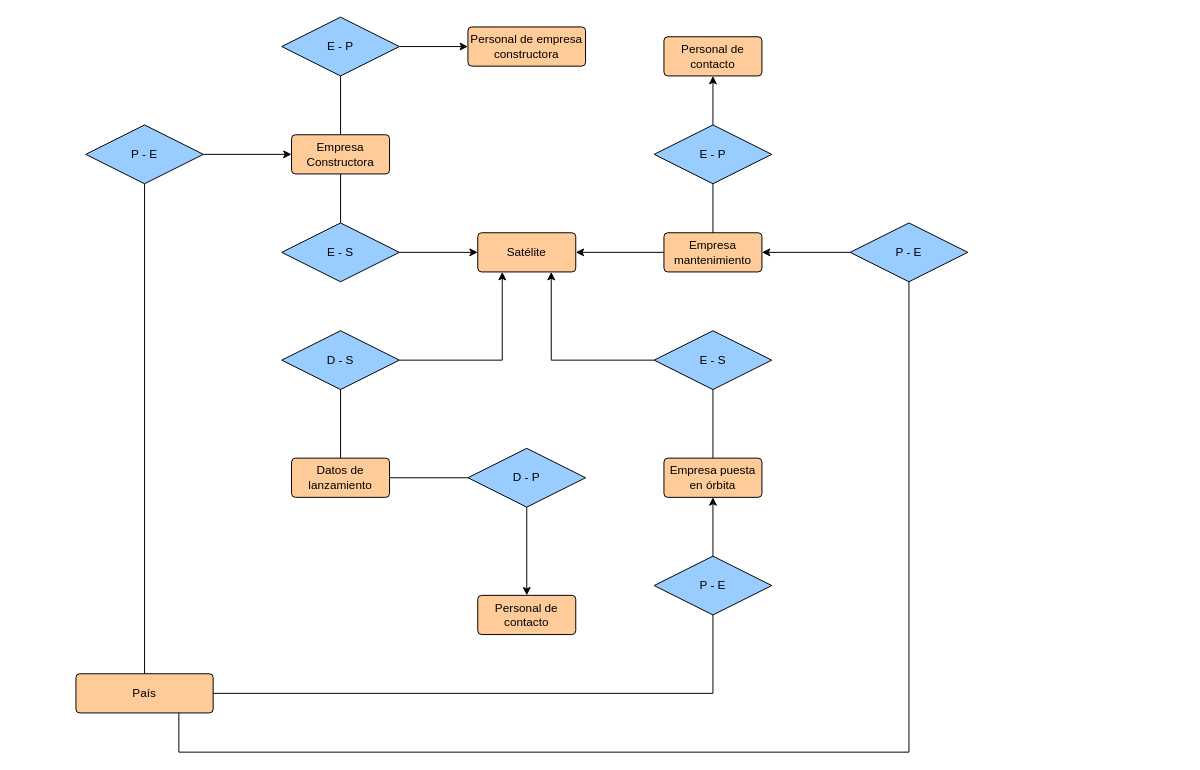
Before: Untitled Diagram.drawio in smwko/PruebaGit, a draw.io diagram. Source tidied: cells renumbered, new cells numbered last; positions are measured from the earlier drawing's top-left corner, leaving out a move shared by most shapes. Both pictures are drawn from the tidied source at 98%, with x=0, y=0 at pixel (75, 17).
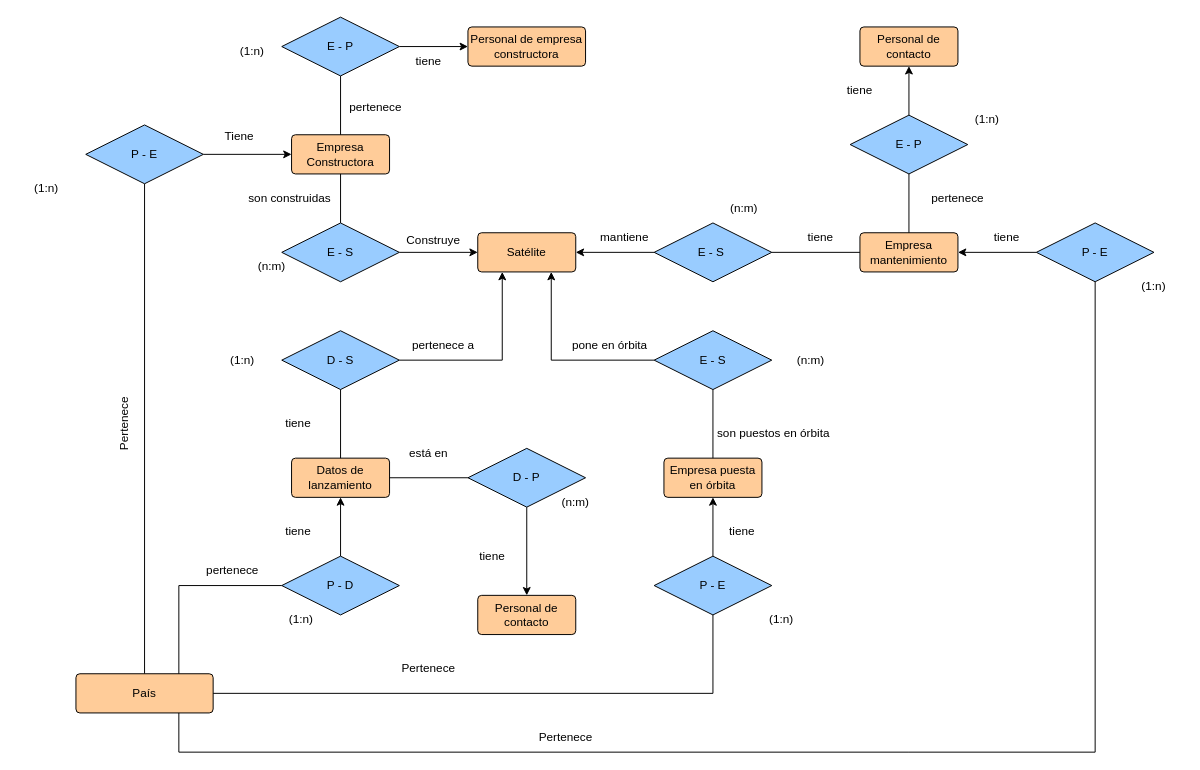
The same page after the edit.

Unchanged cells that the change refers to:
```xml
<mxCell id="3" value="Satélite" style="rounded=1;arcSize=10;whiteSpace=wrap;html=1;align=center;fillColor=#FFCC99;" parent="1" vertex="1">
  <mxGeometry x="410" y="220" width="100" height="40" as="geometry" />
</mxCell>
<mxCell id="5" value="Datos de lanzamiento" style="rounded=1;arcSize=10;whiteSpace=wrap;html=1;align=center;fillColor=#FFCC99;" parent="1" vertex="1">
  <mxGeometry x="220" y="450" width="100" height="40" as="geometry" />
</mxCell>
<mxCell id="32" value="País" style="rounded=1;arcSize=10;whiteSpace=wrap;html=1;align=center;fillColor=#FFCC99;" parent="1" vertex="1">
  <mxGeometry y="670" width="140" height="40" as="geometry" />
</mxCell>
```

The edit, as a diff of the source:
```diff
@@
-    <mxCell id="8" style="edgeStyle=orthogonalEdgeStyle;rounded=0;jettySize=auto;html=1;exitX=0;exitY=0.5;exitDx=0;exitDy=0;" parent="1" edge="1" source="9" target="3">
-      <mxGeometry relative="1" as="geometry" />
-    </mxCell>
     <mxCell id="9" value="Empresa mantenimiento" style="rounded=1;arcSize=10;whiteSpace=wrap;html=1;align=center;fillColor=#FFCC99;" parent="1" vertex="1">
-      <mxGeometry x="600" y="220" width="100" height="40" as="geometry" />
+      <mxGeometry x="800" y="220" width="100" height="40" as="geometry" />
     </mxCell>
     <mxCell id="10" value="Personal de contacto" style="rounded=1;arcSize=10;whiteSpace=wrap;html=1;align=center;fillColor=#FFCC99;" parent="1" vertex="1">
-      <mxGeometry x="600" y="20" width="100" height="40" as="geometry" />
+      <mxGeometry x="800" y="10" width="100" height="40" as="geometry" />
     </mxCell>
@@
     <mxCell id="27" value="E - P" style="shape=rhombus;perimeter=rhombusPerimeter;whiteSpace=wrap;html=1;align=center;fillColor=#99CCFF;" parent="1" vertex="1">
-      <mxGeometry x="590" y="110" width="120" height="60" as="geometry" />
+      <mxGeometry x="790" y="100" width="120" height="60" as="geometry" />
     </mxCell>
@@
     <mxCell id="34" value="P - E" style="shape=rhombus;perimeter=rhombusPerimeter;whiteSpace=wrap;html=1;align=center;fillColor=#99CCFF;" parent="1" vertex="1">
-      <mxGeometry x="790" y="210" width="120" height="60" as="geometry" />
+      <mxGeometry x="980" y="210" width="120" height="60" as="geometry" />
     </mxCell>
     <mxCell id="35" style="endArrow=none;html=1;rounded=0;exitX=0.5;exitY=1;exitDx=0;exitDy=0;entryX=0.75;entryY=1;entryDx=0;entryDy=0;" parent="1" edge="1" source="34" target="32">
       <mxGeometry relative="1" as="geometry">
         <Array as="points">
+          <mxPoint x="1040" y="750" />
           <mxPoint x="850" y="750" />
           <mxPoint x="105" y="750" />
         </Array>
       </mxGeometry>
     </mxCell>
@@
+    <mxCell id="39" value="Tiene" style="text;html=1;strokeColor=none;fillColor=none;align=center;verticalAlign=middle;whiteSpace=wrap;rounded=0;" parent="1" vertex="1">
+      <mxGeometry x="137" y="107" width="60" height="30" as="geometry" />
+    </mxCell>
+    <mxCell id="40" value="Pertenece" style="text;html=1;strokeColor=none;fillColor=none;align=center;verticalAlign=middle;whiteSpace=wrap;rounded=0;rotation=-90;" parent="1" vertex="1">
+      <mxGeometry x="20" y="400" width="60" height="30" as="geometry" />
+    </mxCell>
+    <mxCell id="41" value="Pertenece" style="text;html=1;strokeColor=none;fillColor=none;align=center;verticalAlign=middle;whiteSpace=wrap;rounded=0;" parent="1" vertex="1">
+      <mxGeometry x="330" y="650" width="60" height="30" as="geometry" />
+    </mxCell>
+    <mxCell id="42" value="Pertenece" style="text;html=1;strokeColor=none;fillColor=none;align=center;verticalAlign=middle;whiteSpace=wrap;rounded=0;" parent="1" vertex="1">
+      <mxGeometry x="470" y="720" width="60" height="30" as="geometry" />
+    </mxCell>
+    <mxCell id="43" value="(1:n)" style="text;html=1;strokeColor=none;fillColor=none;align=center;verticalAlign=middle;whiteSpace=wrap;rounded=0;" parent="1" vertex="1">
+      <mxGeometry x="-60" y="160" width="60" height="30" as="geometry" />
+    </mxCell>
+    <mxCell id="44" value="(1:n)" style="text;html=1;strokeColor=none;fillColor=none;align=center;verticalAlign=middle;whiteSpace=wrap;rounded=0;" parent="1" vertex="1">
+      <mxGeometry x="690" y="600" width="60" height="30" as="geometry" />
+    </mxCell>
+    <mxCell id="45" value="(1:n)" style="text;html=1;strokeColor=none;fillColor=none;align=center;verticalAlign=middle;whiteSpace=wrap;rounded=0;" parent="1" vertex="1">
+      <mxGeometry x="1070" y="260" width="60" height="30" as="geometry" />
+    </mxCell>
+    <mxCell id="46" value="(n:m)" style="text;html=1;strokeColor=none;fillColor=none;align=center;verticalAlign=middle;whiteSpace=wrap;rounded=0;" parent="1" vertex="1">
+      <mxGeometry x="170" y="240" width="60" height="30" as="geometry" />
+    </mxCell>
+    <mxCell id="47" value="Construye" style="text;html=1;strokeColor=none;fillColor=none;align=center;verticalAlign=middle;whiteSpace=wrap;rounded=0;" parent="1" vertex="1">
+      <mxGeometry x="335" y="213" width="60" height="30" as="geometry" />
+    </mxCell>
+    <mxCell id="48" value="son construidas&amp;nbsp;" style="text;html=1;strokeColor=none;fillColor=none;align=center;verticalAlign=middle;whiteSpace=wrap;rounded=0;rotation=0;" parent="1" vertex="1">
+      <mxGeometry x="170" y="170" width="100" height="30" as="geometry" />
+    </mxCell>
+    <mxCell id="49" value="(1:n)" style="text;html=1;strokeColor=none;fillColor=none;align=center;verticalAlign=middle;whiteSpace=wrap;rounded=0;" parent="1" vertex="1">
+      <mxGeometry x="150" y="20" width="60" height="30" as="geometry" />
+    </mxCell>
+    <mxCell id="50" value="tiene" style="text;html=1;strokeColor=none;fillColor=none;align=center;verticalAlign=middle;whiteSpace=wrap;rounded=0;" parent="1" vertex="1">
+      <mxGeometry x="330" y="30" width="60" height="30" as="geometry" />
+    </mxCell>
+    <mxCell id="51" value="pertenece" style="text;html=1;strokeColor=none;fillColor=none;align=center;verticalAlign=middle;whiteSpace=wrap;rounded=0;" parent="1" vertex="1">
+      <mxGeometry x="276" y="77" width="60" height="30" as="geometry" />
+    </mxCell>
+    <mxCell id="52" value="(n:m)" style="text;html=1;strokeColor=none;fillColor=none;align=center;verticalAlign=middle;whiteSpace=wrap;rounded=0;" parent="1" vertex="1">
+      <mxGeometry x="720" y="335" width="60" height="30" as="geometry" />
+    </mxCell>
+    <mxCell id="53" value="pone en órbita" style="text;html=1;strokeColor=none;fillColor=none;align=center;verticalAlign=middle;whiteSpace=wrap;rounded=0;" parent="1" vertex="1">
+      <mxGeometry x="500" y="320" width="90" height="30" as="geometry" />
+    </mxCell>
+    <mxCell id="54" value="son puestos en órbita" style="text;html=1;strokeColor=none;fillColor=none;align=center;verticalAlign=middle;whiteSpace=wrap;rounded=0;" parent="1" vertex="1">
+      <mxGeometry x="652" y="410" width="120" height="30" as="geometry" />
+    </mxCell>
+    <mxCell id="55" value="(1:n)" style="text;html=1;strokeColor=none;fillColor=none;align=center;verticalAlign=middle;whiteSpace=wrap;rounded=0;" parent="1" vertex="1">
+      <mxGeometry x="140" y="335" width="60" height="30" as="geometry" />
+    </mxCell>
+    <mxCell id="56" value="pertenece a" style="text;html=1;strokeColor=none;fillColor=none;align=center;verticalAlign=middle;whiteSpace=wrap;rounded=0;" parent="1" vertex="1">
+      <mxGeometry x="340" y="320" width="70" height="30" as="geometry" />
+    </mxCell>
+    <mxCell id="57" value="tiene" style="text;html=1;strokeColor=none;fillColor=none;align=center;verticalAlign=middle;whiteSpace=wrap;rounded=0;" parent="1" vertex="1">
+      <mxGeometry x="197" y="400" width="60" height="30" as="geometry" />
+    </mxCell>
+    <mxCell id="58" value="(n:m)" style="text;html=1;strokeColor=none;fillColor=none;align=center;verticalAlign=middle;whiteSpace=wrap;rounded=0;" parent="1" vertex="1">
+      <mxGeometry x="480" y="480" width="60" height="30" as="geometry" />
+    </mxCell>
+    <mxCell id="59" value="está en" style="text;html=1;strokeColor=none;fillColor=none;align=center;verticalAlign=middle;whiteSpace=wrap;rounded=0;" parent="1" vertex="1">
+      <mxGeometry x="330" y="430" width="60" height="30" as="geometry" />
+    </mxCell>
+    <mxCell id="60" value="tiene" style="text;html=1;strokeColor=none;fillColor=none;align=center;verticalAlign=middle;whiteSpace=wrap;rounded=0;" parent="1" vertex="1">
+      <mxGeometry x="395" y="534.5" width="60" height="30" as="geometry" />
+    </mxCell>
+    <mxCell id="61" value="tiene" style="text;html=1;strokeColor=none;fillColor=none;align=center;verticalAlign=middle;whiteSpace=wrap;rounded=0;" parent="1" vertex="1">
+      <mxGeometry x="650" y="510" width="60" height="30" as="geometry" />
+    </mxCell>
+    <mxCell id="62" value="tiene" style="text;html=1;strokeColor=none;fillColor=none;align=center;verticalAlign=middle;whiteSpace=wrap;rounded=0;" parent="1" vertex="1">
+      <mxGeometry x="730" y="210" width="60" height="30" as="geometry" />
+    </mxCell>
+    <mxCell id="63" style="edgeStyle=orthogonalEdgeStyle;rounded=0;jettySize=auto;html=1;exitX=0;exitY=0.5;exitDx=0;exitDy=0;entryX=1;entryY=0.5;entryDx=0;entryDy=0;" parent="1" edge="1" source="64" target="3">
+      <mxGeometry relative="1" as="geometry" />
+    </mxCell>
+    <mxCell id="64" value="E - S&amp;nbsp;" style="shape=rhombus;perimeter=rhombusPerimeter;whiteSpace=wrap;html=1;align=center;fillColor=#99CCFF;" parent="1" vertex="1">
+      <mxGeometry x="590" y="210" width="120" height="60" as="geometry" />
+    </mxCell>
+    <mxCell id="65" style="endArrow=none;html=1;rounded=0;exitX=1;exitY=0.5;exitDx=0;exitDy=0;" parent="1" edge="1" source="64" target="9">
+      <mxGeometry relative="1" as="geometry" />
+    </mxCell>
+    <mxCell id="66" value="mantiene" style="text;html=1;strokeColor=none;fillColor=none;align=center;verticalAlign=middle;whiteSpace=wrap;rounded=0;" parent="1" vertex="1">
+      <mxGeometry x="530" y="210" width="60" height="30" as="geometry" />
+    </mxCell>
+    <mxCell id="67" value="(n:m)" style="text;html=1;strokeColor=none;fillColor=none;align=center;verticalAlign=middle;whiteSpace=wrap;rounded=0;" parent="1" vertex="1">
+      <mxGeometry x="652" y="180" width="60" height="30" as="geometry" />
+    </mxCell>
+    <mxCell id="68" value="tiene" style="text;html=1;strokeColor=none;fillColor=none;align=center;verticalAlign=middle;whiteSpace=wrap;rounded=0;" parent="1" vertex="1">
+      <mxGeometry x="920" y="210" width="60" height="30" as="geometry" />
+    </mxCell>
+    <mxCell id="69" value="tiene" style="text;html=1;strokeColor=none;fillColor=none;align=center;verticalAlign=middle;whiteSpace=wrap;rounded=0;" parent="1" vertex="1">
+      <mxGeometry x="770" y="60" width="60" height="30" as="geometry" />
+    </mxCell>
+    <mxCell id="70" value="pertenece" style="text;html=1;strokeColor=none;fillColor=none;align=center;verticalAlign=middle;whiteSpace=wrap;rounded=0;" parent="1" vertex="1">
+      <mxGeometry x="870" y="170" width="60" height="30" as="geometry" />
+    </mxCell>
+    <mxCell id="71" value="(1:n)" style="text;html=1;strokeColor=none;fillColor=none;align=center;verticalAlign=middle;whiteSpace=wrap;rounded=0;" parent="1" vertex="1">
+      <mxGeometry x="900" y="90" width="60" height="30" as="geometry" />
+    </mxCell>
+    <mxCell id="72" style="edgeStyle=orthogonalEdgeStyle;rounded=0;jettySize=auto;html=1;exitX=0.5;exitY=0;exitDx=0;exitDy=0;entryX=0.5;entryY=1;entryDx=0;entryDy=0;" parent="1" edge="1" source="73" target="5">
+      <mxGeometry relative="1" as="geometry" />
+    </mxCell>
+    <mxCell id="73" value="P - D" style="shape=rhombus;perimeter=rhombusPerimeter;whiteSpace=wrap;html=1;align=center;fillColor=#99CCFF;" parent="1" vertex="1">
+      <mxGeometry x="210" y="550" width="120" height="60" as="geometry" />
+    </mxCell>
+    <mxCell id="74" style="endArrow=none;html=1;rounded=0;exitX=0.75;exitY=0;exitDx=0;exitDy=0;entryX=0;entryY=0.5;entryDx=0;entryDy=0;" parent="1" edge="1" source="32" target="73">
+      <mxGeometry relative="1" as="geometry">
+        <Array as="points">
+          <mxPoint x="105" y="580" />
+        </Array>
+      </mxGeometry>
+    </mxCell>
+    <mxCell id="75" value="(1:n)" style="text;html=1;strokeColor=none;fillColor=none;align=center;verticalAlign=middle;whiteSpace=wrap;rounded=0;" parent="1" vertex="1">
+      <mxGeometry x="200" y="600" width="60" height="30" as="geometry" />
+    </mxCell>
+    <mxCell id="76" value="tiene" style="text;html=1;strokeColor=none;fillColor=none;align=center;verticalAlign=middle;whiteSpace=wrap;rounded=0;" parent="1" vertex="1">
+      <mxGeometry x="197" y="510" width="60" height="30" as="geometry" />
+    </mxCell>
+    <mxCell id="77" value="pertenece" style="text;html=1;strokeColor=none;fillColor=none;align=center;verticalAlign=middle;whiteSpace=wrap;rounded=0;" parent="1" vertex="1">
+      <mxGeometry x="130" y="550" width="60" height="30" as="geometry" />
+    </mxCell>
```
